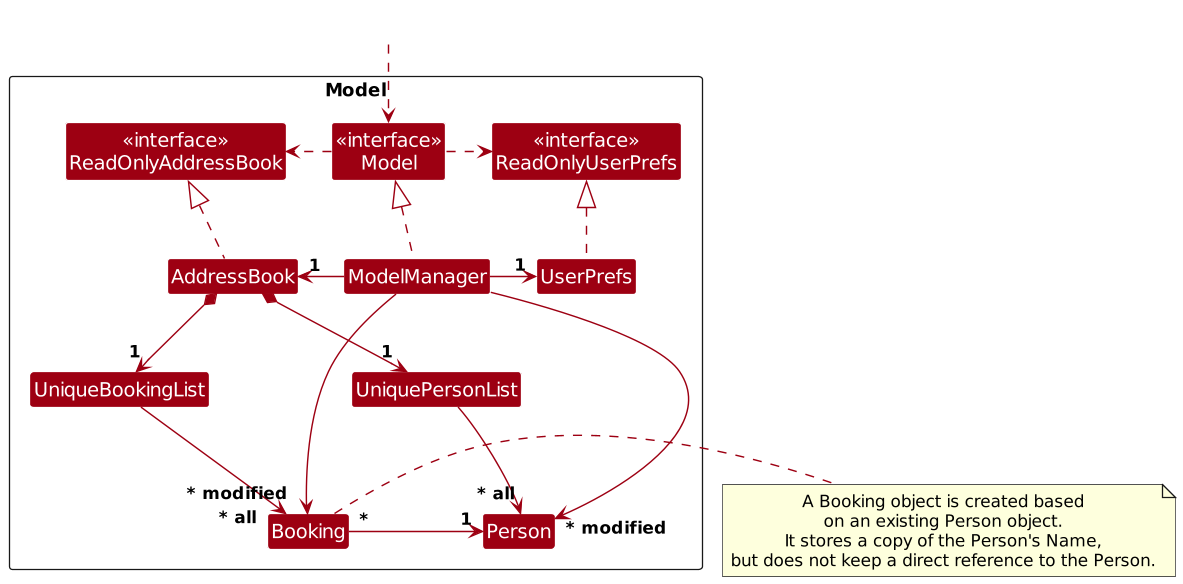
AY2526S1-CS2103T-T08-1/tp keeps this PlantUML diagram as diagrams/ModelClassDiagram.png. Above is the earlier version. Its source is kept beside it as diagrams/ModelClassDiagram.puml.
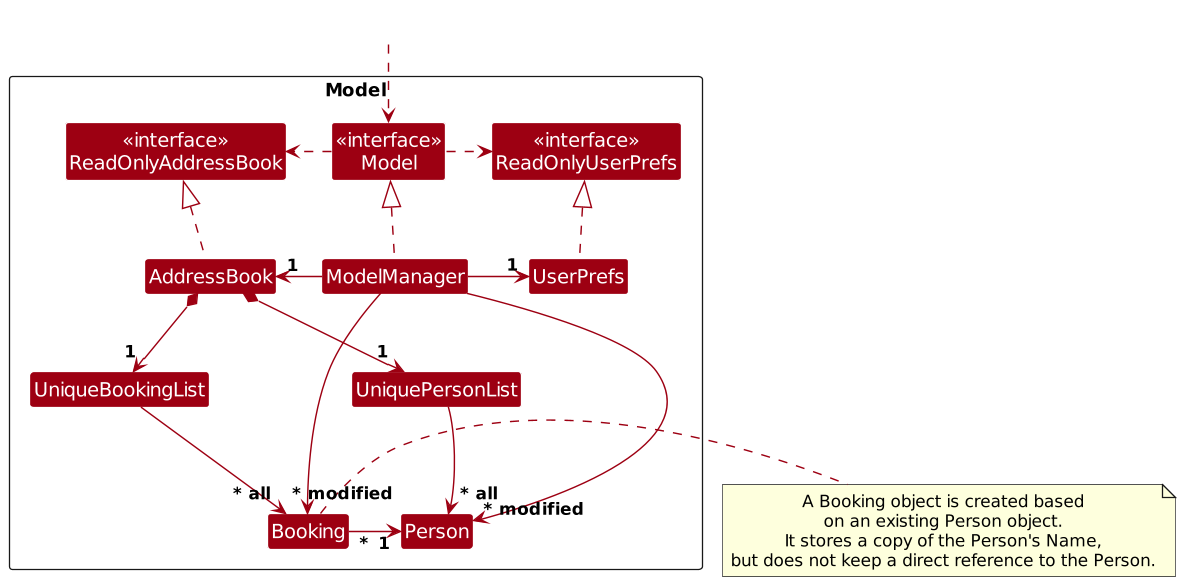
Later version of the same file.

Diff of the diagram source:
```diff
@@ -43,7 +43,7 @@
 UniquePersonList -down-> "~* all" Person
 UniquePersonList -[hidden]down-> Booking
 
-Booking "*"-right-> "1" Person
+Booking "*"-right--> "1" Person
 note right of Booking
   A Booking object is created based
   on an existing Person object.
@@ -51,10 +51,6 @@
   but does not keep a direct reference to the Person.
 end note
 
-
-
-
-ModelManager -[hidden]down-> "~* modified" Person
 ModelManager -down-> "~* modified" Person
 ModelManager --> "~* modified" Booking
 
```
